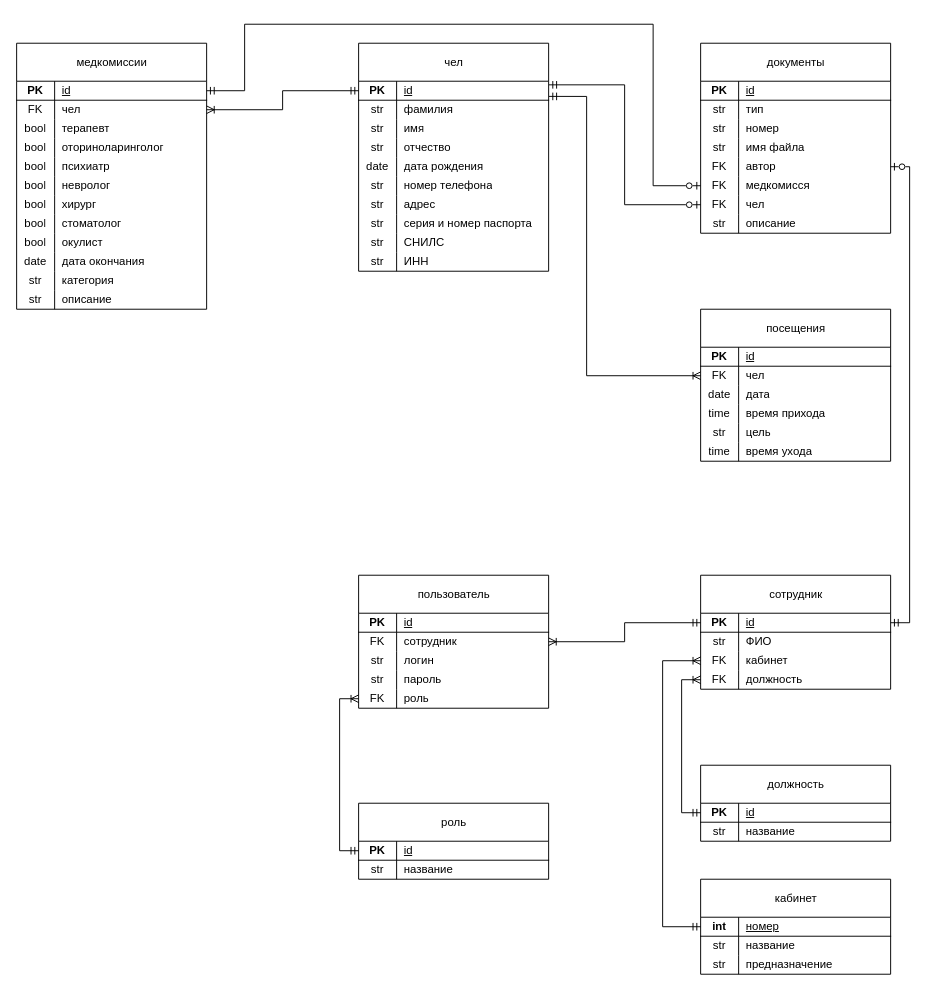
Before: теоретическая часть/схемы/er физическая.drawio in ChesniChok/voenkomat, a draw.io diagram. Source tidied: cells renumbered, new cells numbered last; positions are measured from the earlier drawing's top-left corner, leaving out a move shared by most shapes. Both pictures are drawn from the tidied source at 95%, with x=0, y=0 at pixel (16, 24).
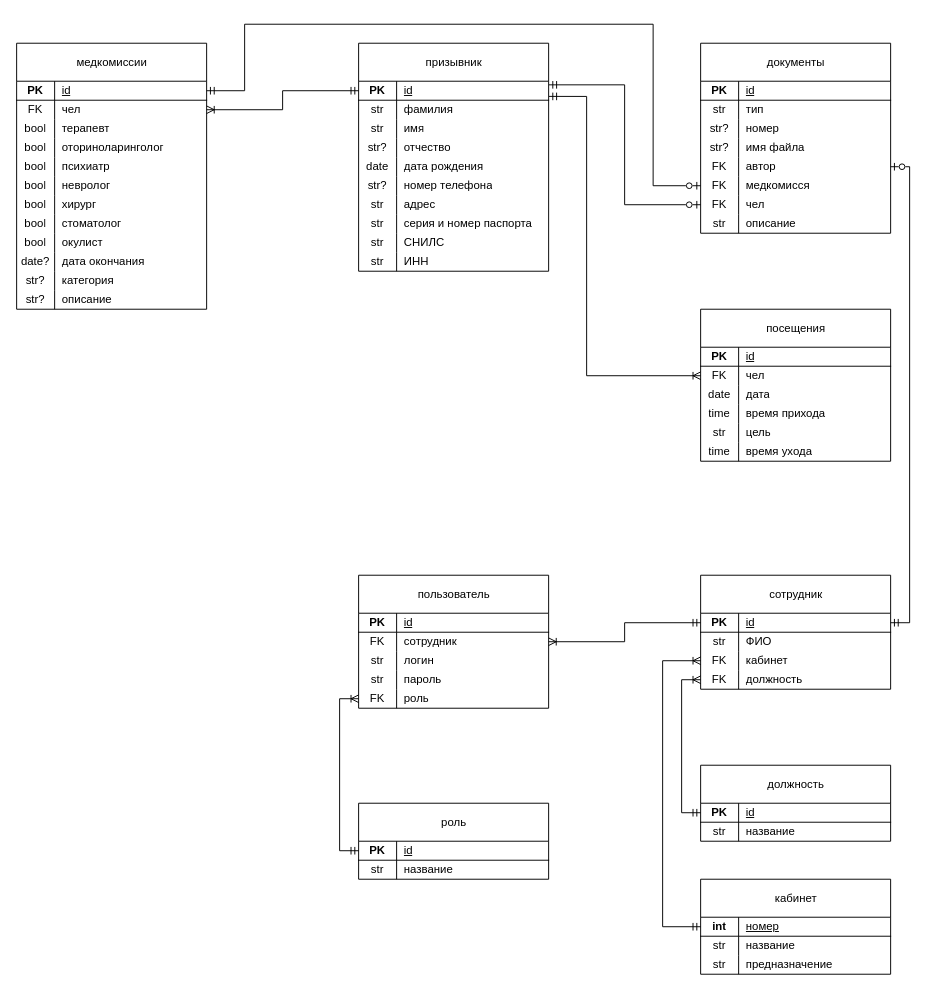
After the change.

Commit message (it also covers changes not shown here):
чутчут ещё поменял схему и модели чтобы они были более логичными

Unchanged cells that the change refers to:
```xml
<mxCell id="30" style="shape=tableRow;horizontal=0;startSize=0;swimlaneHead=0;swimlaneBody=0;fillColor=none;top=0;left=0;right=0;bottom=0;" parent="2" vertex="1">
  <mxGeometry y="220" width="200" height="20" as="geometry" />
</mxCell>
<mxCell id="33" style="shape=tableRow;horizontal=0;startSize=0;swimlaneHead=0;swimlaneBody=0;fillColor=none;top=0;left=0;right=0;bottom=0;" parent="2" vertex="1">
  <mxGeometry y="240" width="200" height="20" as="geometry" />
</mxCell>
<mxCell id="36" style="shape=tableRow;horizontal=0;startSize=0;swimlaneHead=0;swimlaneBody=0;fillColor=none;top=0;left=0;right=0;bottom=0;" parent="2" vertex="1">
  <mxGeometry y="260" width="200" height="20" as="geometry" />
</mxCell>
<mxCell id="49" style="shape=tableRow;horizontal=0;startSize=0;swimlaneHead=0;swimlaneBody=0;fillColor=none;top=0;left=0;right=0;bottom=0;" parent="39" vertex="1">
  <mxGeometry y="100" width="200" height="20" as="geometry" />
</mxCell>
<mxCell id="55" style="shape=tableRow;horizontal=0;startSize=0;swimlaneHead=0;swimlaneBody=0;fillColor=none;top=0;left=0;right=0;bottom=0;" parent="39" vertex="1">
  <mxGeometry y="140" width="200" height="20" as="geometry" />
</mxCell>
<mxCell id="77" style="shape=tableRow;horizontal=0;startSize=0;swimlaneHead=0;swimlaneBody=0;fillColor=none;top=0;left=0;right=0;bottom=0;" parent="70" vertex="1">
  <mxGeometry y="80" width="200" height="20" as="geometry" />
</mxCell>
<mxCell id="80" style="shape=tableRow;horizontal=0;startSize=0;swimlaneHead=0;swimlaneBody=0;fillColor=none;top=0;left=0;right=0;bottom=0;" parent="70" vertex="1">
  <mxGeometry y="100" width="200" height="20" as="geometry" />
</mxCell>
```

What changed in the source:
```diff
@@
-    <mxCell id="31" value="date" style="shape=partialRectangle;fillColor=none;top=0;left=0;bottom=0;right=0;overflow=hidden;whiteSpace=wrap;html=1;" parent="30" vertex="1">
+    <mxCell id="31" value="date?" style="shape=partialRectangle;fillColor=none;top=0;left=0;bottom=0;right=0;overflow=hidden;whiteSpace=wrap;html=1;" parent="30" vertex="1">
       <mxGeometry width="40" height="20" as="geometry" />
     </mxCell>
@@
-    <mxCell id="34" value="str" style="shape=partialRectangle;fillColor=none;top=0;left=0;bottom=0;right=0;overflow=hidden;whiteSpace=wrap;html=1;" parent="33" vertex="1">
+    <mxCell id="34" value="str?" style="shape=partialRectangle;fillColor=none;top=0;left=0;bottom=0;right=0;overflow=hidden;whiteSpace=wrap;html=1;" parent="33" vertex="1">
       <mxGeometry width="40" height="20" as="geometry" />
     </mxCell>
@@
-    <mxCell id="37" value="str" style="shape=partialRectangle;fillColor=none;top=0;left=0;bottom=0;right=0;overflow=hidden;whiteSpace=wrap;html=1;" parent="36" vertex="1">
+    <mxCell id="37" value="str?" style="shape=partialRectangle;fillColor=none;top=0;left=0;bottom=0;right=0;overflow=hidden;whiteSpace=wrap;html=1;" parent="36" vertex="1">
       <mxGeometry width="40" height="20" as="geometry" />
     </mxCell>
@@
-    <mxCell id="39" value="&lt;span style=&quot;font-weight: 400; text-wrap-mode: wrap;&quot;&gt;чел&lt;/span&gt;" style="shape=table;startSize=40;childLayout=tableLayout;rowLines=0;fontStyle=1;align=center;html=1;" parent="1" vertex="1">
+    <mxCell id="39" value="&lt;span style=&quot;font-weight: 400; text-wrap-mode: wrap;&quot;&gt;призывник&lt;/span&gt;" style="shape=table;startSize=40;childLayout=tableLayout;rowLines=0;fontStyle=1;align=center;html=1;" parent="1" vertex="1">
       <mxGeometry x="360" y="20" width="200" height="240" as="geometry" />
     </mxCell>
@@
-    <mxCell id="50" value="str" style="shape=partialRectangle;fillColor=none;top=0;left=0;bottom=0;right=0;overflow=hidden;whiteSpace=wrap;html=1;" parent="49" vertex="1">
+    <mxCell id="50" value="str?" style="shape=partialRectangle;fillColor=none;top=0;left=0;bottom=0;right=0;overflow=hidden;whiteSpace=wrap;html=1;" parent="49" vertex="1">
       <mxGeometry width="40" height="20" as="geometry" />
     </mxCell>
@@
-    <mxCell id="56" value="str" style="shape=partialRectangle;fillColor=none;top=0;left=0;bottom=0;right=0;overflow=hidden;whiteSpace=wrap;html=1;" parent="55" vertex="1">
+    <mxCell id="56" value="str?" style="shape=partialRectangle;fillColor=none;top=0;left=0;bottom=0;right=0;overflow=hidden;whiteSpace=wrap;html=1;" parent="55" vertex="1">
       <mxGeometry width="40" height="20" as="geometry" />
     </mxCell>
@@
-    <mxCell id="78" value="str" style="shape=partialRectangle;fillColor=none;top=0;left=0;bottom=0;right=0;overflow=hidden;whiteSpace=wrap;html=1;" parent="77" vertex="1">
+    <mxCell id="78" value="str?" style="shape=partialRectangle;fillColor=none;top=0;left=0;bottom=0;right=0;overflow=hidden;whiteSpace=wrap;html=1;" parent="77" vertex="1">
       <mxGeometry width="40" height="20" as="geometry" />
     </mxCell>
@@
-    <mxCell id="81" value="str" style="shape=partialRectangle;fillColor=none;top=0;left=0;bottom=0;right=0;overflow=hidden;whiteSpace=wrap;html=1;" parent="80" vertex="1">
+    <mxCell id="81" value="str?" style="shape=partialRectangle;fillColor=none;top=0;left=0;bottom=0;right=0;overflow=hidden;whiteSpace=wrap;html=1;" parent="80" vertex="1">
       <mxGeometry width="40" height="20" as="geometry" />
     </mxCell>
```
